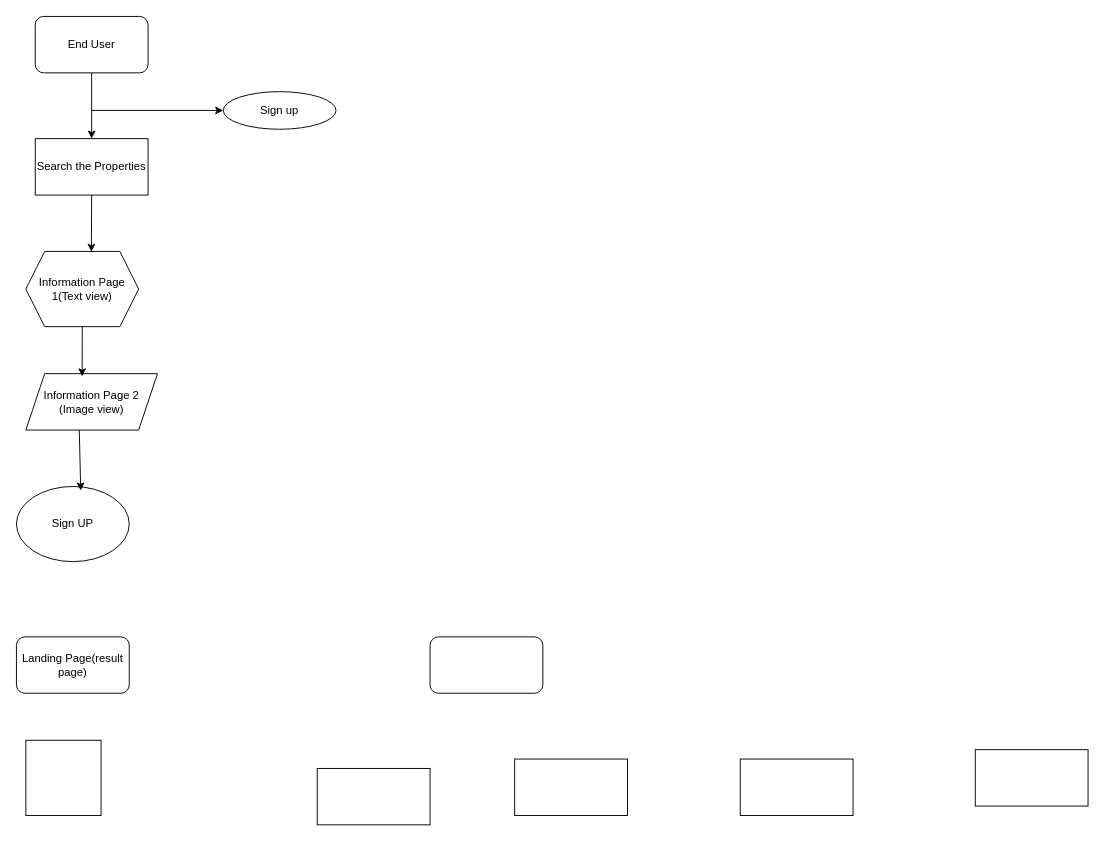
Earlier version of the draw.io diagram EndUser Diagram.drawio (PraveenAutomationTester/Landsandhomes). Source tidied: cells renumbered, new cells numbered last; positions are measured from the earlier drawing's top-left corner, leaving out a move shared by most shapes. Both pictures are drawn from the tidied source at 94%, with x=0, y=0 at pixel (16, 16).
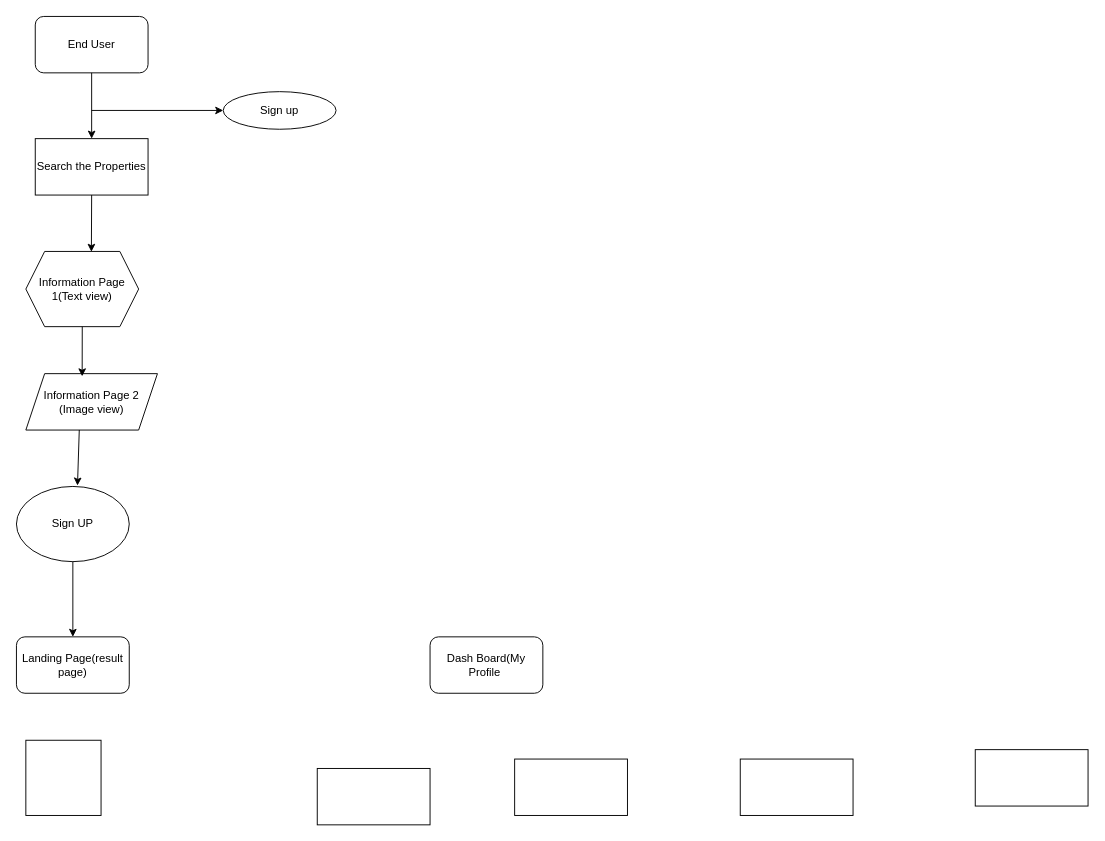
After the change.

Unchanged cells that the change refers to:
```xml
<mxCell id="6" value="Information Page 2 (Image view)" style="shape=parallelogram;perimeter=parallelogramPerimeter;whiteSpace=wrap;html=1;fixedSize=1;" parent="1" vertex="1">
  <mxGeometry x="10" y="380" width="140" height="60" as="geometry" />
</mxCell>
<mxCell id="7" value="Sign UP" style="ellipse;whiteSpace=wrap;html=1;" parent="1" vertex="1">
  <mxGeometry y="500" width="120" height="80" as="geometry" />
</mxCell>
<mxCell id="8" value="Landing Page(result page)" style="rounded=1;whiteSpace=wrap;html=1;" parent="1" vertex="1">
  <mxGeometry y="660" width="120" height="60" as="geometry" />
</mxCell>
```

Change to the diagram source:
```diff
@@
-    <mxCell id="9" style="rounded=1;whiteSpace=wrap;html=1;" parent="1" vertex="1">
+    <mxCell id="9" value="Dash Board(My Profile&amp;nbsp;" style="rounded=1;whiteSpace=wrap;html=1;" parent="1" vertex="1">
       <mxGeometry x="440" y="660" width="120" height="60" as="geometry" />
     </mxCell>
@@
-    <mxCell id="19" style="endArrow=classic;html=1;rounded=0;exitX=0.406;exitY=0.999;exitDx=0;exitDy=0;exitPerimeter=0;entryX=0.57;entryY=0.055;entryDx=0;entryDy=0;entryPerimeter=0;" parent="1" edge="1" source="6" target="7">
+    <mxCell id="19" style="endArrow=classic;html=1;rounded=0;exitX=0.406;exitY=0.999;exitDx=0;exitDy=0;exitPerimeter=0;entryX=0.541;entryY=-0.012;entryDx=0;entryDy=0;entryPerimeter=0;" parent="1" edge="1" source="6" target="7">
       <mxGeometry relative="1" as="geometry" />
     </mxCell>
+    <mxCell id="20" style="endArrow=classic;html=1;rounded=0;exitX=0.5;exitY=1;exitDx=0;exitDy=0;entryX=0.5;entryY=0;entryDx=0;entryDy=0;" parent="1" edge="1" source="7" target="8">
+      <mxGeometry relative="1" as="geometry" />
+    </mxCell>
```
